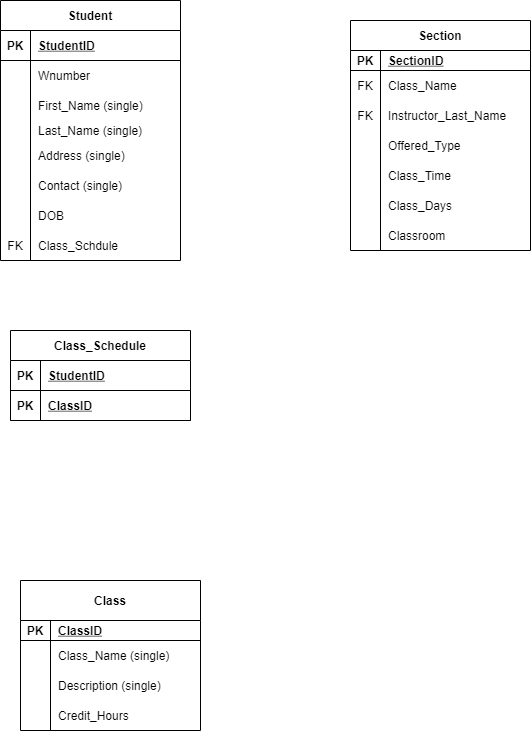
alexfield55/cs3550 keeps this draw.io diagram as Mod3/A3_alex_field_phy_des.png. Above is the earlier version. Source tidied: cells renumbered, new cells last; positions are measured from the earlier drawing's top-left corner, leaving out a move shared by most shapes. Source of this version:
```xml
<mxGraphModel>
  <root>
    <mxCell id="0" />
    <mxCell id="1" parent="0" />
    <mxCell id="2" value="Student" style="shape=table;startSize=30;rowLines=0;fontStyle=1;align=center;" parent="1" vertex="1">
      <mxGeometry width="180" height="260" as="geometry" />
    </mxCell>
    <mxCell id="3" style="shape=partialRectangle;fillColor=none;top=0;left=0;bottom=1;right=0;" parent="2" vertex="1">
      <mxGeometry y="30" width="180" height="30" as="geometry" />
    </mxCell>
    <mxCell id="4" value="PK" style="shape=partialRectangle;fillColor=none;top=0;left=0;bottom=0;right=0;fontStyle=1;overflow=hidden;" parent="3" vertex="1">
      <mxGeometry width="30" height="30" as="geometry" />
    </mxCell>
    <mxCell id="5" value="StudentID" style="shape=partialRectangle;fillColor=none;top=0;left=0;bottom=0;right=0;align=left;spacingLeft=6;fontStyle=5;overflow=hidden;" parent="3" vertex="1">
      <mxGeometry x="30" width="150" height="30" as="geometry" />
    </mxCell>
    <mxCell id="6" style="shape=partialRectangle;fillColor=none;top=0;left=0;bottom=0;right=0;" parent="2" vertex="1">
      <mxGeometry y="60" width="180" height="30" as="geometry" />
    </mxCell>
    <mxCell id="7" style="shape=partialRectangle;fillColor=none;top=0;left=0;bottom=0;right=0;overflow=hidden;" parent="6" vertex="1">
      <mxGeometry width="30" height="30" as="geometry" />
    </mxCell>
    <mxCell id="8" value="Wnumber" style="shape=partialRectangle;fillColor=none;top=0;left=0;bottom=0;right=0;align=left;spacingLeft=6;overflow=hidden;" parent="6" vertex="1">
      <mxGeometry x="30" width="150" height="30" as="geometry" />
    </mxCell>
    <mxCell id="9" style="shape=partialRectangle;fillColor=none;top=0;left=0;bottom=0;right=0;" parent="2" vertex="1">
      <mxGeometry y="90" width="180" height="30" as="geometry" />
    </mxCell>
    <mxCell id="10" style="shape=partialRectangle;fillColor=none;top=0;left=0;bottom=0;right=0;overflow=hidden;" parent="9" vertex="1">
      <mxGeometry width="30" height="30" as="geometry" />
    </mxCell>
    <mxCell id="11" value="First_Name (single)" style="shape=partialRectangle;fillColor=none;top=0;left=0;bottom=0;right=0;align=left;spacingLeft=6;overflow=hidden;" parent="9" vertex="1">
      <mxGeometry x="30" width="150" height="30" as="geometry" />
    </mxCell>
    <mxCell id="12" style="shape=partialRectangle;fillColor=none;top=0;left=0;bottom=0;right=0;" parent="2" vertex="1">
      <mxGeometry y="120" width="180" height="20" as="geometry" />
    </mxCell>
    <mxCell id="13" style="shape=partialRectangle;fillColor=none;top=0;left=0;bottom=0;right=0;overflow=hidden;" parent="12" vertex="1">
      <mxGeometry width="30" height="20" as="geometry" />
    </mxCell>
    <mxCell id="14" value="Last_Name (single)" style="shape=partialRectangle;fillColor=none;top=0;left=0;bottom=0;right=0;align=left;spacingLeft=6;overflow=hidden;" parent="12" vertex="1">
      <mxGeometry x="30" width="150" height="20" as="geometry" />
    </mxCell>
    <mxCell id="15" style="shape=partialRectangle;fillColor=none;top=0;left=0;bottom=0;right=0;" parent="2" vertex="1">
      <mxGeometry y="140" width="180" height="30" as="geometry" />
    </mxCell>
    <mxCell id="16" style="shape=partialRectangle;fillColor=none;top=0;left=0;bottom=0;right=0;overflow=hidden;" parent="15" vertex="1">
      <mxGeometry width="30" height="30" as="geometry" />
    </mxCell>
    <mxCell id="17" value="Address (single)" style="shape=partialRectangle;fillColor=none;top=0;left=0;bottom=0;right=0;align=left;spacingLeft=6;overflow=hidden;" parent="15" vertex="1">
      <mxGeometry x="30" width="150" height="30" as="geometry" />
    </mxCell>
    <mxCell id="18" style="shape=partialRectangle;fillColor=none;top=0;left=0;bottom=0;right=0;" parent="2" vertex="1">
      <mxGeometry y="170" width="180" height="30" as="geometry" />
    </mxCell>
    <mxCell id="19" style="shape=partialRectangle;fillColor=none;top=0;left=0;bottom=0;right=0;overflow=hidden;" parent="18" vertex="1">
      <mxGeometry width="30" height="30" as="geometry" />
    </mxCell>
    <mxCell id="20" value="Contact (single)" style="shape=partialRectangle;fillColor=none;top=0;left=0;bottom=0;right=0;align=left;spacingLeft=6;overflow=hidden;" parent="18" vertex="1">
      <mxGeometry x="30" width="150" height="30" as="geometry" />
    </mxCell>
    <mxCell id="21" style="shape=partialRectangle;fillColor=none;top=0;left=0;bottom=0;right=0;" parent="2" vertex="1">
      <mxGeometry y="200" width="180" height="30" as="geometry" />
    </mxCell>
    <mxCell id="22" style="shape=partialRectangle;fillColor=none;top=0;left=0;bottom=0;right=0;overflow=hidden;" parent="21" vertex="1">
      <mxGeometry width="30" height="30" as="geometry" />
    </mxCell>
    <mxCell id="23" value="DOB" style="shape=partialRectangle;fillColor=none;top=0;left=0;bottom=0;right=0;align=left;spacingLeft=6;overflow=hidden;" parent="21" vertex="1">
      <mxGeometry x="30" width="150" height="30" as="geometry" />
    </mxCell>
    <mxCell id="24" style="shape=partialRectangle;fillColor=none;top=0;left=0;bottom=0;right=0;" parent="2" vertex="1">
      <mxGeometry y="230" width="180" height="30" as="geometry" />
    </mxCell>
    <mxCell id="25" value="FK" style="shape=partialRectangle;fillColor=none;top=0;left=0;bottom=0;right=0;fontStyle=0;overflow=hidden;" parent="24" vertex="1">
      <mxGeometry width="30" height="30" as="geometry" />
    </mxCell>
    <mxCell id="26" value="Class_Schdule" style="shape=partialRectangle;fillColor=none;top=0;left=0;bottom=0;right=0;align=left;spacingLeft=6;fontStyle=0;overflow=hidden;" parent="24" vertex="1">
      <mxGeometry x="30" width="150" height="30" as="geometry" />
    </mxCell>
    <mxCell id="27" value="Class" style="shape=table;startSize=40;rowLines=0;fontStyle=1;align=center;" parent="1" vertex="1">
      <mxGeometry x="20" y="580" width="180" height="150" as="geometry" />
    </mxCell>
    <mxCell id="28" style="shape=partialRectangle;fillColor=none;top=0;left=0;bottom=1;right=0;" parent="27" vertex="1">
      <mxGeometry y="40" width="180" height="20" as="geometry" />
    </mxCell>
    <mxCell id="29" value="PK" style="shape=partialRectangle;fillColor=none;top=0;left=0;bottom=0;right=0;fontStyle=1;overflow=hidden;" parent="28" vertex="1">
      <mxGeometry width="30" height="20" as="geometry" />
    </mxCell>
    <mxCell id="30" value="ClassID" style="shape=partialRectangle;fillColor=none;top=0;left=0;bottom=0;right=0;align=left;spacingLeft=6;fontStyle=5;overflow=hidden;" parent="28" vertex="1">
      <mxGeometry x="30" width="150" height="20" as="geometry" />
    </mxCell>
    <mxCell id="31" style="shape=partialRectangle;fillColor=none;top=0;left=0;bottom=0;right=0;" parent="27" vertex="1">
      <mxGeometry y="60" width="180" height="30" as="geometry" />
    </mxCell>
    <mxCell id="32" style="shape=partialRectangle;fillColor=none;top=0;left=0;bottom=0;right=0;overflow=hidden;" parent="31" vertex="1">
      <mxGeometry width="30" height="30" as="geometry" />
    </mxCell>
    <mxCell id="33" value="Class_Name (single)" style="shape=partialRectangle;fillColor=none;top=0;left=0;bottom=0;right=0;align=left;spacingLeft=6;overflow=hidden;" parent="31" vertex="1">
      <mxGeometry x="30" width="150" height="30" as="geometry" />
    </mxCell>
    <mxCell id="34" style="shape=partialRectangle;fillColor=none;top=0;left=0;bottom=0;right=0;" parent="27" vertex="1">
      <mxGeometry y="90" width="180" height="30" as="geometry" />
    </mxCell>
    <mxCell id="35" style="shape=partialRectangle;fillColor=none;top=0;left=0;bottom=0;right=0;overflow=hidden;" parent="34" vertex="1">
      <mxGeometry width="30" height="30" as="geometry" />
    </mxCell>
    <mxCell id="36" value="Description (single)" style="shape=partialRectangle;fillColor=none;top=0;left=0;bottom=0;right=0;align=left;spacingLeft=6;overflow=hidden;" parent="34" vertex="1">
      <mxGeometry x="30" width="150" height="30" as="geometry" />
    </mxCell>
    <mxCell id="37" style="shape=partialRectangle;fillColor=none;top=0;left=0;bottom=0;right=0;" parent="27" vertex="1">
      <mxGeometry y="120" width="180" height="30" as="geometry" />
    </mxCell>
    <mxCell id="38" style="shape=partialRectangle;fillColor=none;top=0;left=0;bottom=0;right=0;overflow=hidden;" parent="37" vertex="1">
      <mxGeometry width="30" height="30" as="geometry" />
    </mxCell>
    <mxCell id="39" value="Credit_Hours" style="shape=partialRectangle;fillColor=none;top=0;left=0;bottom=0;right=0;align=left;spacingLeft=6;overflow=hidden;" parent="37" vertex="1">
      <mxGeometry x="30" width="150" height="30" as="geometry" />
    </mxCell>
    <mxCell id="40" value="Section" style="shape=table;startSize=30;rowLines=0;fontStyle=1;align=center;" parent="1" vertex="1">
      <mxGeometry x="350" y="20" width="180" height="230" as="geometry" />
    </mxCell>
    <mxCell id="41" style="shape=partialRectangle;fillColor=none;top=0;left=0;bottom=1;right=0;" parent="40" vertex="1">
      <mxGeometry y="30" width="180" height="20" as="geometry" />
    </mxCell>
    <mxCell id="42" value="PK" style="shape=partialRectangle;fillColor=none;top=0;left=0;bottom=0;right=0;fontStyle=1;overflow=hidden;" parent="41" vertex="1">
      <mxGeometry width="30" height="20" as="geometry" />
    </mxCell>
    <mxCell id="43" value="SectionID" style="shape=partialRectangle;fillColor=none;top=0;left=0;bottom=0;right=0;align=left;spacingLeft=6;fontStyle=5;overflow=hidden;" parent="41" vertex="1">
      <mxGeometry x="30" width="150" height="20" as="geometry" />
    </mxCell>
    <mxCell id="44" style="shape=partialRectangle;fillColor=none;top=0;left=0;bottom=0;right=0;" parent="40" vertex="1">
      <mxGeometry y="50" width="180" height="30" as="geometry" />
    </mxCell>
    <mxCell id="45" value="FK" style="shape=partialRectangle;fillColor=none;top=0;left=0;bottom=0;right=0;fontStyle=0;overflow=hidden;" parent="44" vertex="1">
      <mxGeometry width="30" height="30" as="geometry" />
    </mxCell>
    <mxCell id="46" value="Class_Name" style="shape=partialRectangle;fillColor=none;top=0;left=0;bottom=0;right=0;align=left;spacingLeft=6;fontStyle=0;overflow=hidden;" parent="44" vertex="1">
      <mxGeometry x="30" width="150" height="30" as="geometry" />
    </mxCell>
    <mxCell id="47" style="shape=partialRectangle;fillColor=none;top=0;left=0;bottom=0;right=0;" parent="40" vertex="1">
      <mxGeometry y="80" width="180" height="30" as="geometry" />
    </mxCell>
    <mxCell id="48" value="FK" style="shape=partialRectangle;fillColor=none;top=0;left=0;bottom=0;right=0;fontStyle=0;overflow=hidden;" parent="47" vertex="1">
      <mxGeometry width="30" height="30" as="geometry" />
    </mxCell>
    <mxCell id="49" value="Instructor_Last_Name" style="shape=partialRectangle;fillColor=none;top=0;left=0;bottom=0;right=0;align=left;spacingLeft=6;fontStyle=0;overflow=hidden;" parent="47" vertex="1">
      <mxGeometry x="30" width="150" height="30" as="geometry" />
    </mxCell>
    <mxCell id="50" style="shape=partialRectangle;fillColor=none;top=0;left=0;bottom=0;right=0;" parent="40" vertex="1">
      <mxGeometry y="110" width="180" height="30" as="geometry" />
    </mxCell>
    <mxCell id="51" style="shape=partialRectangle;fillColor=none;top=0;left=0;bottom=0;right=0;overflow=hidden;" parent="50" vertex="1">
      <mxGeometry width="30" height="30" as="geometry" />
    </mxCell>
    <mxCell id="52" value="Offered_Type" style="shape=partialRectangle;fillColor=none;top=0;left=0;bottom=0;right=0;align=left;spacingLeft=6;overflow=hidden;" parent="50" vertex="1">
      <mxGeometry x="30" width="150" height="30" as="geometry" />
    </mxCell>
    <mxCell id="53" style="shape=partialRectangle;fillColor=none;top=0;left=0;bottom=0;right=0;" parent="40" vertex="1">
      <mxGeometry y="140" width="180" height="30" as="geometry" />
    </mxCell>
    <mxCell id="54" style="shape=partialRectangle;fillColor=none;top=0;left=0;bottom=0;right=0;overflow=hidden;" parent="53" vertex="1">
      <mxGeometry width="30" height="30" as="geometry" />
    </mxCell>
    <mxCell id="55" value="Class_Time" style="shape=partialRectangle;fillColor=none;top=0;left=0;bottom=0;right=0;align=left;spacingLeft=6;overflow=hidden;" parent="53" vertex="1">
      <mxGeometry x="30" width="150" height="30" as="geometry" />
    </mxCell>
    <mxCell id="56" style="shape=partialRectangle;fillColor=none;top=0;left=0;bottom=0;right=0;" parent="40" vertex="1">
      <mxGeometry y="170" width="180" height="30" as="geometry" />
    </mxCell>
    <mxCell id="57" style="shape=partialRectangle;fillColor=none;top=0;left=0;bottom=0;right=0;overflow=hidden;" parent="56" vertex="1">
      <mxGeometry width="30" height="30" as="geometry" />
    </mxCell>
    <mxCell id="58" value="Class_Days" style="shape=partialRectangle;fillColor=none;top=0;left=0;bottom=0;right=0;align=left;spacingLeft=6;overflow=hidden;" parent="56" vertex="1">
      <mxGeometry x="30" width="150" height="30" as="geometry" />
    </mxCell>
    <mxCell id="59" style="shape=partialRectangle;fillColor=none;top=0;left=0;bottom=0;right=0;" parent="40" vertex="1">
      <mxGeometry y="200" width="180" height="30" as="geometry" />
    </mxCell>
    <mxCell id="60" style="shape=partialRectangle;fillColor=none;top=0;left=0;bottom=0;right=0;overflow=hidden;" parent="59" vertex="1">
      <mxGeometry width="30" height="30" as="geometry" />
    </mxCell>
    <mxCell id="61" value="Classroom" style="shape=partialRectangle;fillColor=none;top=0;left=0;bottom=0;right=0;align=left;spacingLeft=6;overflow=hidden;" parent="59" vertex="1">
      <mxGeometry x="30" width="150" height="30" as="geometry" />
    </mxCell>
    <mxCell id="62" value="Class_Schedule" style="shape=table;startSize=30;rowLines=0;fontStyle=1;align=center;" parent="1" vertex="1">
      <mxGeometry x="10" y="330" width="180" height="90" as="geometry" />
    </mxCell>
    <mxCell id="63" style="shape=partialRectangle;fillColor=none;top=0;left=0;bottom=1;right=0;" parent="62" vertex="1">
      <mxGeometry y="30" width="180" height="30" as="geometry" />
    </mxCell>
    <mxCell id="64" value="PK" style="shape=partialRectangle;fillColor=none;top=0;left=0;bottom=0;right=0;fontStyle=1;overflow=hidden;" parent="63" vertex="1">
      <mxGeometry width="30" height="30" as="geometry" />
    </mxCell>
    <mxCell id="65" value="StudentID" style="shape=partialRectangle;fillColor=none;top=0;left=0;bottom=0;right=0;align=left;spacingLeft=6;fontStyle=5;overflow=hidden;" parent="63" vertex="1">
      <mxGeometry x="30" width="150" height="30" as="geometry" />
    </mxCell>
    <mxCell id="66" style="shape=partialRectangle;fillColor=none;top=0;left=0;bottom=1;right=0;" parent="62" vertex="1">
      <mxGeometry y="60" width="180" height="30" as="geometry" />
    </mxCell>
    <mxCell id="67" value="PK" style="shape=partialRectangle;fillColor=none;top=0;left=0;bottom=0;right=0;fontStyle=1;overflow=hidden;" parent="66" vertex="1">
      <mxGeometry width="30" height="30" as="geometry" />
    </mxCell>
    <mxCell id="68" value="ClassID" style="shape=partialRectangle;fillColor=none;top=0;left=0;bottom=0;right=0;align=left;spacingLeft=6;fontStyle=5;overflow=hidden;" parent="66" vertex="1">
      <mxGeometry x="30" width="150" height="30" as="geometry" />
    </mxCell>
  </root>
</mxGraphModel>
```
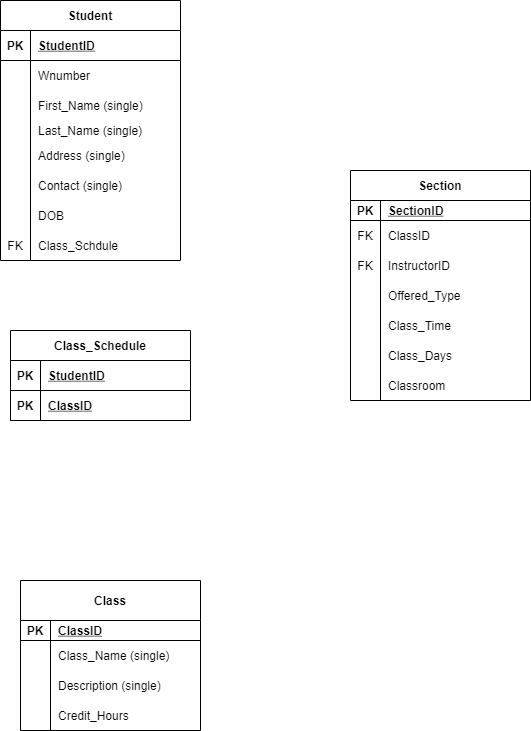
After the change.

Diff of the diagram source:
```diff
@@ -117,7 +117,7 @@
       <mxGeometry x="30" width="150" height="30" as="geometry" />
     </mxCell>
     <mxCell id="40" value="Section" style="shape=table;startSize=30;rowLines=0;fontStyle=1;align=center;" parent="1" vertex="1">
-      <mxGeometry x="350" y="20" width="180" height="230" as="geometry" />
+      <mxGeometry x="350" y="170" width="180" height="230" as="geometry" />
     </mxCell>
     <mxCell id="41" style="shape=partialRectangle;fillColor=none;top=0;left=0;bottom=1;right=0;" parent="40" vertex="1">
       <mxGeometry y="30" width="180" height="20" as="geometry" />
@@ -134,7 +134,7 @@
     <mxCell id="45" value="FK" style="shape=partialRectangle;fillColor=none;top=0;left=0;bottom=0;right=0;fontStyle=0;overflow=hidden;" parent="44" vertex="1">
       <mxGeometry width="30" height="30" as="geometry" />
     </mxCell>
-    <mxCell id="46" value="Class_Name" style="shape=partialRectangle;fillColor=none;top=0;left=0;bottom=0;right=0;align=left;spacingLeft=6;fontStyle=0;overflow=hidden;" parent="44" vertex="1">
+    <mxCell id="46" value="ClassID" style="shape=partialRectangle;fillColor=none;top=0;left=0;bottom=0;right=0;align=left;spacingLeft=6;fontStyle=0;overflow=hidden;" parent="44" vertex="1">
       <mxGeometry x="30" width="150" height="30" as="geometry" />
     </mxCell>
     <mxCell id="47" style="shape=partialRectangle;fillColor=none;top=0;left=0;bottom=0;right=0;" parent="40" vertex="1">
@@ -143,7 +143,7 @@
     <mxCell id="48" value="FK" style="shape=partialRectangle;fillColor=none;top=0;left=0;bottom=0;right=0;fontStyle=0;overflow=hidden;" parent="47" vertex="1">
       <mxGeometry width="30" height="30" as="geometry" />
     </mxCell>
-    <mxCell id="49" value="Instructor_Last_Name" style="shape=partialRectangle;fillColor=none;top=0;left=0;bottom=0;right=0;align=left;spacingLeft=6;fontStyle=0;overflow=hidden;" parent="47" vertex="1">
+    <mxCell id="49" value="InstructorID" style="shape=partialRectangle;fillColor=none;top=0;left=0;bottom=0;right=0;align=left;spacingLeft=6;fontStyle=0;overflow=hidden;" parent="47" vertex="1">
       <mxGeometry x="30" width="150" height="30" as="geometry" />
     </mxCell>
     <mxCell id="50" style="shape=partialRectangle;fillColor=none;top=0;left=0;bottom=0;right=0;" parent="40" vertex="1">
```
